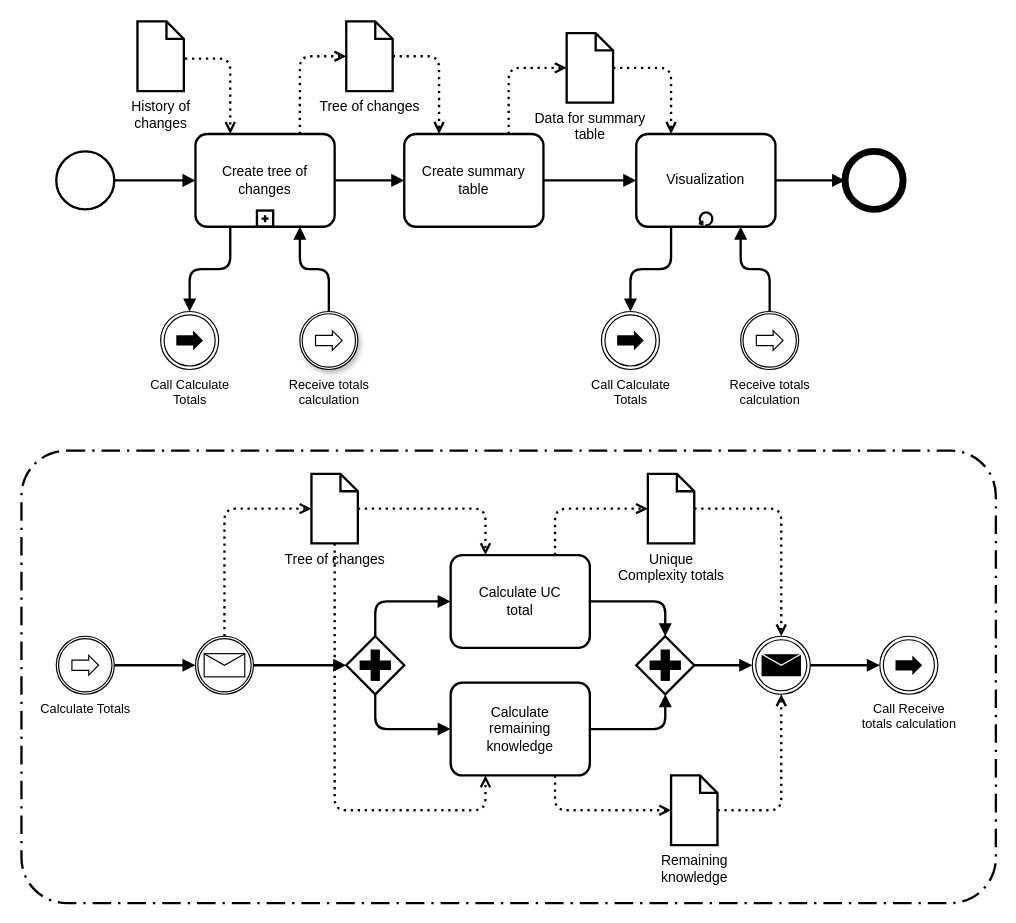
The draw.io diagram page "Unique Complexity Viewer (UC)" (5 of 8) of diagrams/architecture.drawio in kevinah95/master-thesis-diagrams, before the edit. Source tidied: cells renumbered, new cells numbered last; positions are measured from the earlier drawing's top-left corner, leaving out a move shared by most shapes. Both pictures are drawn from the tidied source at 116%, with x=0, y=0 at pixel (21, 21).
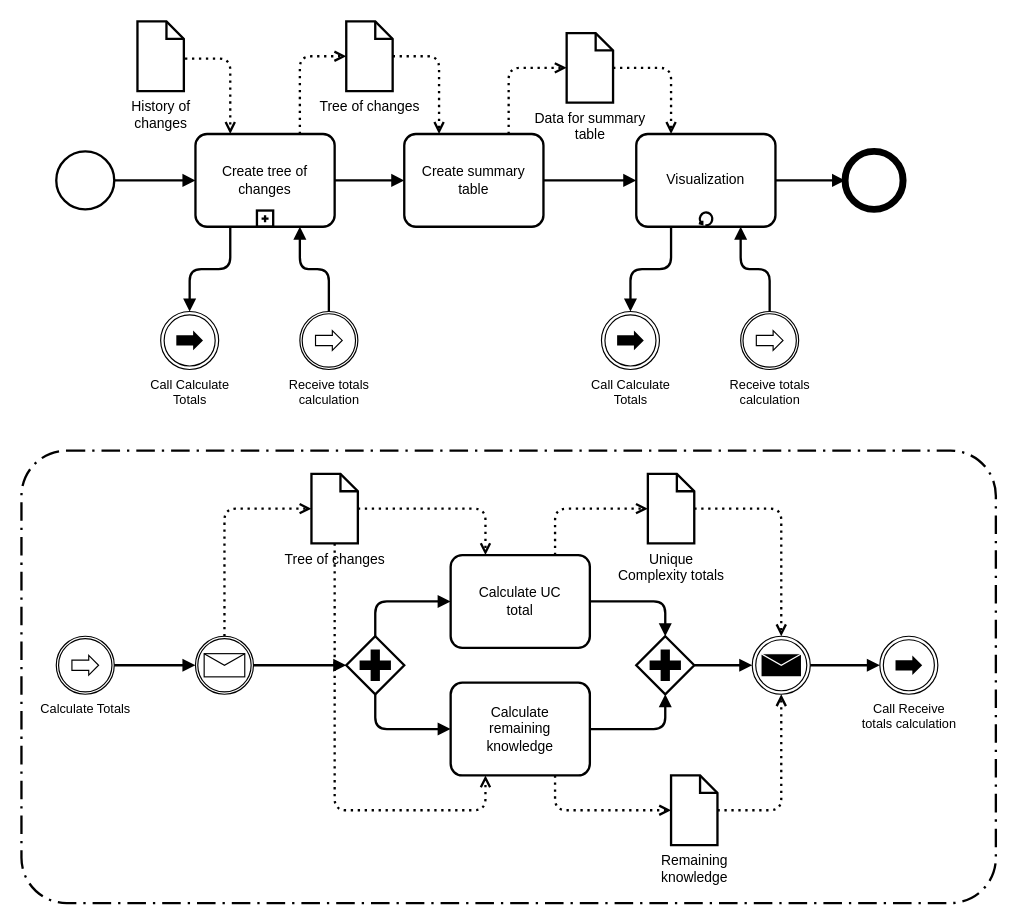
The same diagram, later.

Commit message:
style: :lipstick: Remove shadow of link interceptor

What changed in the source:
```diff
@@
-    <mxCell id="21" value="Receive totals&lt;div&gt;calculation&lt;br&gt;&lt;/div&gt;" style="points=[[0.145,0.145,0],[0.5,0,0],[0.855,0.145,0],[1,0.5,0],[0.855,0.855,0],[0.5,1,0],[0.145,0.855,0],[0,0.5,0]];shape=mxgraph.bpmn.event;html=1;verticalLabelPosition=bottom;labelBackgroundColor=#ffffff;verticalAlign=top;align=center;perimeter=ellipsePerimeter;outlineConnect=0;outline=catching;symbol=link;fontFamily=Helvetica;fontSize=11;fontColor=default;shadow=1;strokeWidth=1;" parent="1" vertex="1">
+    <mxCell id="21" value="Receive totals&lt;div&gt;calculation&lt;br&gt;&lt;/div&gt;" style="points=[[0.145,0.145,0],[0.5,0,0],[0.855,0.145,0],[1,0.5,0],[0.855,0.855,0],[0.5,1,0],[0.145,0.855,0],[0,0.5,0]];shape=mxgraph.bpmn.event;html=1;verticalLabelPosition=bottom;labelBackgroundColor=#ffffff;verticalAlign=top;align=center;perimeter=ellipsePerimeter;outlineConnect=0;outline=catching;symbol=link;fontFamily=Helvetica;fontSize=11;fontColor=default;shadow=0;strokeWidth=1;" parent="1" vertex="1">
       <mxGeometry x="240" y="250" width="50" height="50" as="geometry" />
     </mxCell>
```
